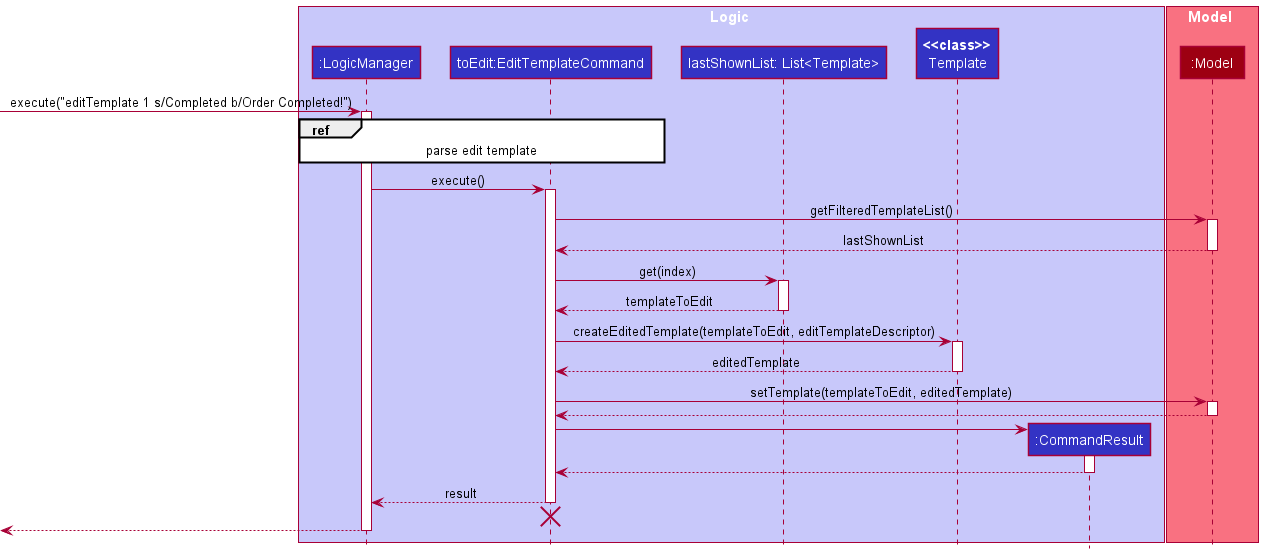
Above: docs/images/mail/EditTemplateSequenceDiagram.png in ooawagaeri/tp (PlantUML), before the change. Source of this version:
```plantuml
@startuml
!include ../style.puml

box Logic LOGIC_COLOR_T1
participant ":LogicManager" as LogicManager LOGIC_COLOR
participant "toEdit:EditTemplateCommand" as EditTemplateCommand LOGIC_COLOR
participant "lastShownList: List<Template>" as ListTemplate LOGIC_COLOR
participant "**<<class>>**\nTemplate" as Template LOGIC_COLOR
participant ":CommandResult" as CommandResult LOGIC_COLOR
end box

box Model MODEL_COLOR_T1
participant ":Model" as Model MODEL_COLOR
end box

[-> LogicManager : execute("editTemplate 1 s/Completed b/Order Completed!")
activate LogicManager

ref over LogicManager, EditTemplateCommand : parse edit template

LogicManager -> EditTemplateCommand : execute()

activate EditTemplateCommand

EditTemplateCommand -> Model : getFilteredTemplateList()
activate Model
Model --> EditTemplateCommand : lastShownList
deactivate Model

EditTemplateCommand -> ListTemplate : get(index)
activate ListTemplate
ListTemplate --> EditTemplateCommand : templateToEdit
deactivate ListTemplate

EditTemplateCommand -> Template : createEditedTemplate(templateToEdit, editTemplateDescriptor)
activate Template
Template --> EditTemplateCommand : editedTemplate
deactivate Template


EditTemplateCommand -> Model : setTemplate(templateToEdit, editedTemplate)
activate Model
Model --> EditTemplateCommand
deactivate Model

create CommandResult
EditTemplateCommand -> CommandResult
activate CommandResult

CommandResult --> EditTemplateCommand
deactivate CommandResult

EditTemplateCommand --> LogicManager : result
deactivate EditTemplateCommand

EditTemplateCommand -[hidden]-> LogicManager
destroy EditTemplateCommand

[<--LogicManager
deactivate LogicManager
@enduml
```
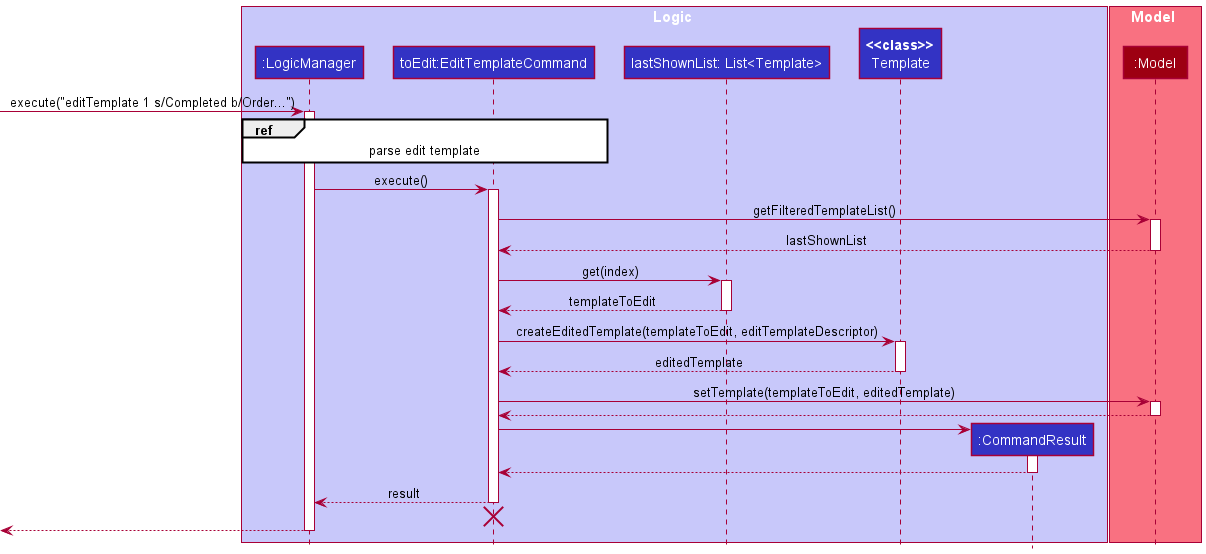
After the change.

Diff of the diagram source:
```diff
@@ -13,7 +13,7 @@
 participant ":Model" as Model MODEL_COLOR
 end box
 
-[-> LogicManager : execute("editTemplate 1 s/Completed b/Order Completed!")
+[-> LogicManager : execute("editTemplate 1 s/Completed b/Order...")
 activate LogicManager
 
 ref over LogicManager, EditTemplateCommand : parse edit template
@@ -37,7 +37,6 @@
 Template --> EditTemplateCommand : editedTemplate
 deactivate Template
 
-
 EditTemplateCommand -> Model : setTemplate(templateToEdit, editedTemplate)
 activate Model
 Model --> EditTemplateCommand
```
